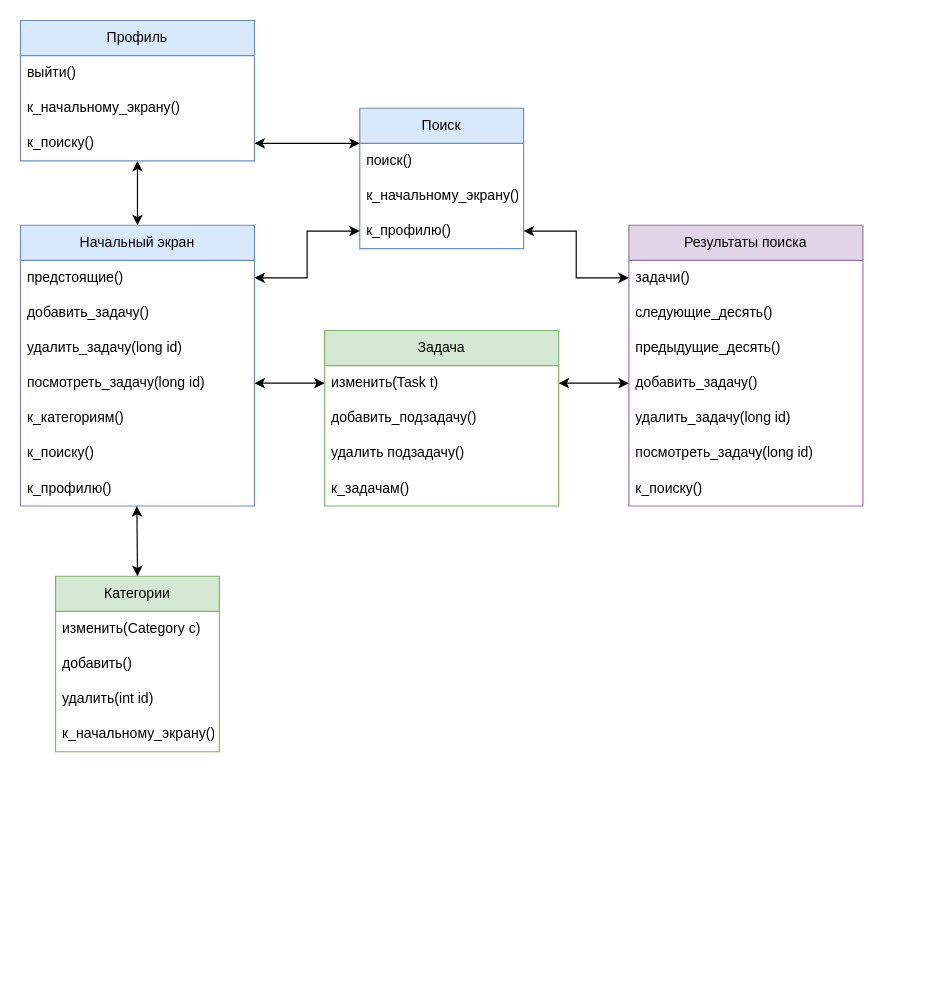
Before: InterfaceDiagram.drawio in BaronVice/schemas, a draw.io diagram. Source tidied: cells renumbered, new cells numbered last; positions are measured from the earlier drawing's top-left corner, leaving out a move shared by most shapes. Both pictures are drawn from the tidied source at 117%, with x=0, y=0 at pixel (20, 20).
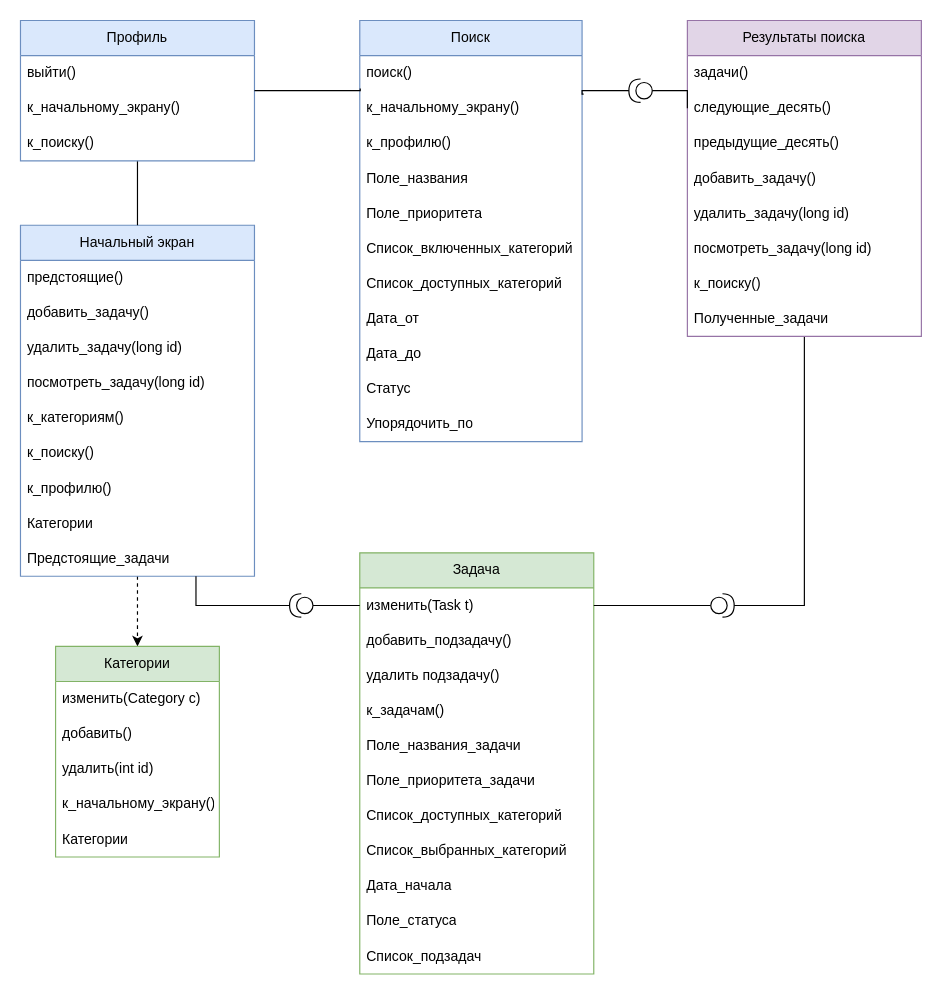
Above is the later version.

Unchanged cells that the change refers to:
```xml
<mxCell id="3" value="предстоящие()" style="text;strokeColor=none;fillColor=none;align=left;verticalAlign=middle;spacingLeft=4;spacingRight=4;overflow=hidden;points=[[0,0.5],[1,0.5]];portConstraint=eastwest;whiteSpace=wrap;html=1;" parent="2" vertex="1">
  <mxGeometry y="30" width="200" height="30" as="geometry" />
</mxCell>
<mxCell id="6" value="посмотреть_задачу(long id)" style="text;strokeColor=none;fillColor=none;align=left;verticalAlign=middle;spacingLeft=4;spacingRight=4;overflow=hidden;points=[[0,0.5],[1,0.5]];portConstraint=eastwest;whiteSpace=wrap;html=1;" parent="2" vertex="1">
  <mxGeometry y="120" width="200" height="30" as="geometry" />
</mxCell>
<mxCell id="11" value="задачи()" style="text;strokeColor=none;fillColor=none;align=left;verticalAlign=middle;spacingLeft=4;spacingRight=4;overflow=hidden;points=[[0,0.5],[1,0.5]];portConstraint=eastwest;whiteSpace=wrap;html=1;" parent="10" vertex="1">
  <mxGeometry y="30" width="200" height="30" as="geometry" />
</mxCell>
<mxCell id="12" value="следующие_десять()" style="text;strokeColor=none;fillColor=none;align=left;verticalAlign=middle;spacingLeft=4;spacingRight=4;overflow=hidden;points=[[0,0.5],[1,0.5]];portConstraint=eastwest;whiteSpace=wrap;html=1;" parent="10" vertex="1">
  <mxGeometry y="60" width="200" height="30" as="geometry" />
</mxCell>
<mxCell id="14" value="добавить_задачу()" style="text;strokeColor=none;fillColor=none;align=left;verticalAlign=middle;spacingLeft=4;spacingRight=4;overflow=hidden;points=[[0,0.5],[1,0.5]];portConstraint=eastwest;whiteSpace=wrap;html=1;" parent="10" vertex="1">
  <mxGeometry y="120" width="200" height="30" as="geometry" />
</mxCell>
<mxCell id="23" value="Профиль" style="swimlane;fontStyle=0;horizontal=1;startSize=30;whiteSpace=wrap;html=1;fillColor=#dae8fc;strokeColor=#6c8ebf;" parent="1" vertex="1">
  <mxGeometry width="200" height="120" as="geometry" />
</mxCell>
<mxCell id="26" value="к_поиску()" style="text;strokeColor=none;fillColor=none;align=left;verticalAlign=middle;spacingLeft=4;spacingRight=4;overflow=hidden;points=[[0,0.5],[1,0.5]];portConstraint=eastwest;whiteSpace=wrap;html=1;" parent="23" vertex="1">
  <mxGeometry y="90" width="200" height="30" as="geometry" />
</mxCell>
<mxCell id="33" value="изменить(Task t)" style="text;strokeColor=none;fillColor=none;align=left;verticalAlign=middle;spacingLeft=4;spacingRight=4;overflow=hidden;points=[[0,0.5],[1,0.5]];portConstraint=eastwest;whiteSpace=wrap;html=1;" parent="32" vertex="1">
  <mxGeometry y="30" width="200" height="30" as="geometry" />
</mxCell>
```

Diff of the diagram source:
```diff
@@
+    <mxCell id="43" style="edgeStyle=orthogonalEdgeStyle;rounded=0;jettySize=auto;html=1;exitX=0.5;exitY=1;exitDx=0;exitDy=0;entryX=0.5;entryY=0;entryDx=0;entryDy=0;dashed=1;" parent="1" edge="1" source="2" target="27">
+      <mxGeometry relative="1" as="geometry" />
+    </mxCell>
     <mxCell id="2" value="Начальный экран" style="swimlane;fontStyle=0;horizontal=1;startSize=30;whiteSpace=wrap;html=1;fillColor=#dae8fc;strokeColor=#6c8ebf;" parent="1" vertex="1">
-      <mxGeometry y="175" width="200" height="240" as="geometry" />
+      <mxGeometry y="175" width="200" height="300" as="geometry" />
     </mxCell>
@@
+    <mxCell id="44" value="Категории" style="text;strokeColor=none;fillColor=none;align=left;verticalAlign=middle;spacingLeft=4;spacingRight=4;overflow=hidden;whiteSpace=wrap;html=1;" parent="2" vertex="1">
+      <mxGeometry y="240" width="200" height="30" as="geometry" />
+    </mxCell>
+    <mxCell id="45" value="Предстоящие_задачи" style="text;strokeColor=none;fillColor=none;align=left;verticalAlign=middle;spacingLeft=4;spacingRight=4;overflow=hidden;whiteSpace=wrap;html=1;" parent="2" vertex="1">
+      <mxGeometry y="270" width="200" height="30" as="geometry" />
+    </mxCell>
+    <mxCell id="46" style="edgeStyle=orthogonalEdgeStyle;rounded=0;jettySize=auto;html=1;exitX=0.5;exitY=1;exitDx=0;exitDy=0;endArrow=none;startFill=0;" parent="1" edge="1" source="10" target="66">
+      <mxGeometry relative="1" as="geometry">
+        <Array as="points">
+          <mxPoint x="670" y="500" />
+        </Array>
+      </mxGeometry>
+    </mxCell>
     <mxCell id="10" value="Результаты поиска" style="swimlane;fontStyle=0;horizontal=1;startSize=30;whiteSpace=wrap;html=1;fillColor=#e1d5e7;strokeColor=#9673a6;" parent="1" vertex="1">
-      <mxGeometry x="520" y="175" width="200" height="240" as="geometry" />
+      <mxGeometry x="570" width="200" height="270" as="geometry" />
     </mxCell>
@@
+    <mxCell id="47" value="Полученные_задачи" style="text;strokeColor=none;fillColor=none;align=left;verticalAlign=middle;spacingLeft=4;spacingRight=4;overflow=hidden;whiteSpace=wrap;html=1;" parent="10" vertex="1">
+      <mxGeometry y="240" width="200" height="30" as="geometry" />
+    </mxCell>
     <mxCell id="18" value="Поиск" style="swimlane;fontStyle=0;horizontal=1;startSize=30;whiteSpace=wrap;html=1;fillColor=#dae8fc;strokeColor=#6c8ebf;" parent="1" vertex="1">
-      <mxGeometry x="290" y="75" width="140" height="120" as="geometry" />
+      <mxGeometry x="290" width="190" height="360" as="geometry" />
     </mxCell>
     <mxCell id="19" value="поиск()" style="text;strokeColor=none;fillColor=none;align=left;verticalAlign=middle;spacingLeft=4;spacingRight=4;overflow=hidden;whiteSpace=wrap;html=1;" parent="18" vertex="1">
-      <mxGeometry y="30" width="140" height="30" as="geometry" />
+      <mxGeometry y="30" width="190" height="30" as="geometry" />
     </mxCell>
     <mxCell id="20" value="к_начальному_экрану()" style="text;strokeColor=none;fillColor=none;align=left;verticalAlign=middle;spacingLeft=4;spacingRight=4;overflow=hidden;points=[[0,0.5],[1,0.5]];portConstraint=eastwest;whiteSpace=wrap;html=1;" parent="18" vertex="1">
-      <mxGeometry y="60" width="140" height="30" as="geometry" />
+      <mxGeometry y="60" width="190" height="30" as="geometry" />
     </mxCell>
     <mxCell id="21" value="к_профилю()" style="text;strokeColor=none;fillColor=none;align=left;verticalAlign=middle;spacingLeft=4;spacingRight=4;overflow=hidden;points=[[0,0.5],[1,0.5]];portConstraint=eastwest;whiteSpace=wrap;html=1;" parent="18" vertex="1">
-      <mxGeometry y="90" width="140" height="30" as="geometry" />
+      <mxGeometry y="90" width="190" height="30" as="geometry" />
     </mxCell>
+    <mxCell id="48" value="Поле_названия" style="text;strokeColor=none;fillColor=none;align=left;verticalAlign=middle;spacingLeft=4;spacingRight=4;overflow=hidden;whiteSpace=wrap;html=1;" parent="18" vertex="1">
+      <mxGeometry y="120" width="190" height="30" as="geometry" />
+    </mxCell>
+    <mxCell id="49" value="Поле_приоритета" style="text;strokeColor=none;fillColor=none;align=left;verticalAlign=middle;spacingLeft=4;spacingRight=4;overflow=hidden;whiteSpace=wrap;html=1;" parent="18" vertex="1">
+      <mxGeometry y="150" width="190" height="30" as="geometry" />
+    </mxCell>
+    <mxCell id="50" value="Список_включенных_категорий" style="text;strokeColor=none;fillColor=none;align=left;verticalAlign=middle;spacingLeft=4;spacingRight=4;overflow=hidden;whiteSpace=wrap;html=1;" parent="18" vertex="1">
+      <mxGeometry y="180" width="190" height="30" as="geometry" />
+    </mxCell>
+    <mxCell id="51" value="Список_доступных_категорий" style="text;strokeColor=none;fillColor=none;align=left;verticalAlign=middle;spacingLeft=4;spacingRight=4;overflow=hidden;whiteSpace=wrap;html=1;" parent="18" vertex="1">
+      <mxGeometry y="210" width="190" height="30" as="geometry" />
+    </mxCell>
+    <mxCell id="52" value="Дата_от" style="text;strokeColor=none;fillColor=none;align=left;verticalAlign=middle;spacingLeft=4;spacingRight=4;overflow=hidden;whiteSpace=wrap;html=1;" parent="18" vertex="1">
+      <mxGeometry y="240" width="190" height="30" as="geometry" />
+    </mxCell>
+    <mxCell id="53" value="Дата_до" style="text;strokeColor=none;fillColor=none;align=left;verticalAlign=middle;spacingLeft=4;spacingRight=4;overflow=hidden;whiteSpace=wrap;html=1;" parent="18" vertex="1">
+      <mxGeometry y="270" width="190" height="30" as="geometry" />
+    </mxCell>
+    <mxCell id="54" value="Статус" style="text;strokeColor=none;fillColor=none;align=left;verticalAlign=middle;spacingLeft=4;spacingRight=4;overflow=hidden;whiteSpace=wrap;html=1;" parent="18" vertex="1">
+      <mxGeometry y="300" width="190" height="30" as="geometry" />
+    </mxCell>
+    <mxCell id="55" value="Упорядочить_по" style="text;strokeColor=none;fillColor=none;align=left;verticalAlign=middle;spacingLeft=4;spacingRight=4;overflow=hidden;whiteSpace=wrap;html=1;" parent="18" vertex="1">
+      <mxGeometry y="330" width="190" height="30" as="geometry" />
+    </mxCell>
-    <mxCell id="22" style="edgeStyle=orthogonalEdgeStyle;rounded=0;jettySize=auto;html=1;exitX=0.5;exitY=1;exitDx=0;exitDy=0;entryX=0.5;entryY=0;entryDx=0;entryDy=0;startArrow=classic;startFill=1;" parent="1" edge="1" source="23" target="2">
+    <mxCell id="22" style="edgeStyle=orthogonalEdgeStyle;rounded=0;jettySize=auto;html=1;exitX=0.5;exitY=1;exitDx=0;exitDy=0;entryX=0.5;entryY=0;entryDx=0;entryDy=0;endArrow=none;startFill=0;" parent="1" edge="1" source="23" target="2">
       <mxGeometry relative="1" as="geometry" />
     </mxCell>
@@
     <mxCell id="27" value="Категории" style="swimlane;fontStyle=0;horizontal=1;startSize=30;whiteSpace=wrap;html=1;fillColor=#d5e8d4;strokeColor=#82b366;" parent="1" vertex="1">
-      <mxGeometry x="30" y="475" width="140" height="150" as="geometry" />
+      <mxGeometry x="30" y="535" width="140" height="180" as="geometry" />
     </mxCell>
@@
+    <mxCell id="56" value="Категории" style="text;strokeColor=none;fillColor=none;align=left;verticalAlign=middle;spacingLeft=4;spacingRight=4;overflow=hidden;whiteSpace=wrap;html=1;" parent="27" vertex="1">
+      <mxGeometry y="150" width="140" height="30" as="geometry" />
+    </mxCell>
     <mxCell id="32" value="Задача" style="swimlane;fontStyle=0;horizontal=1;startSize=30;whiteSpace=wrap;html=1;fillColor=#d5e8d4;strokeColor=#82b366;" parent="1" vertex="1">
-      <mxGeometry x="260" y="265" width="200" height="150" as="geometry" />
+      <mxGeometry x="290" y="455" width="200" height="360" as="geometry" />
     </mxCell>
@@
-    <mxCell id="37" style="edgeStyle=orthogonalEdgeStyle;rounded=0;jettySize=auto;html=1;exitX=1;exitY=0.5;exitDx=0;exitDy=0;entryX=0;entryY=0.5;entryDx=0;entryDy=0;startArrow=classic;startFill=1;" parent="1" edge="1" source="6" target="33">
-      <mxGeometry relative="1" as="geometry" />
-    </mxCell>
-    <mxCell id="38" style="edgeStyle=orthogonalEdgeStyle;rounded=0;jettySize=auto;html=1;exitX=0;exitY=0.5;exitDx=0;exitDy=0;entryX=1;entryY=0.5;entryDx=0;entryDy=0;startArrow=classic;startFill=1;" parent="1" edge="1" source="14" target="33">
-      <mxGeometry relative="1" as="geometry" />
-    </mxCell>
-    <mxCell id="39" style="edgeStyle=orthogonalEdgeStyle;rounded=0;jettySize=auto;html=1;exitX=0.5;exitY=1;exitDx=0;exitDy=0;entryX=0.5;entryY=0;entryDx=0;entryDy=0;startArrow=classic;startFill=1;" parent="1" edge="1" target="27">
-      <mxGeometry relative="1" as="geometry">
-        <mxPoint x="99.5" y="415" as="sourcePoint" />
-      </mxGeometry>
-    </mxCell>
-    <mxCell id="40" style="edgeStyle=orthogonalEdgeStyle;rounded=0;jettySize=auto;html=1;exitX=1;exitY=0.5;exitDx=0;exitDy=0;entryX=0;entryY=0.25;entryDx=0;entryDy=0;startArrow=classic;startFill=1;" parent="1" edge="1" source="26" target="18">
-      <mxGeometry relative="1" as="geometry" />
-    </mxCell>
-    <mxCell id="41" style="edgeStyle=orthogonalEdgeStyle;rounded=0;jettySize=auto;html=1;exitX=1;exitY=0.5;exitDx=0;exitDy=0;entryX=0;entryY=0.5;entryDx=0;entryDy=0;startArrow=classic;startFill=1;" parent="1" edge="1" source="3" target="21">
-      <mxGeometry relative="1" as="geometry" />
-    </mxCell>
-    <mxCell id="42" style="edgeStyle=orthogonalEdgeStyle;rounded=0;jettySize=auto;html=1;exitX=1;exitY=0.5;exitDx=0;exitDy=0;entryX=0;entryY=0.5;entryDx=0;entryDy=0;startArrow=classic;startFill=1;" parent="1" edge="1" source="21" target="11">
-      <mxGeometry relative="1" as="geometry" />
-    </mxCell>
+    <mxCell id="57" value="Поле_названия_задачи" style="text;strokeColor=none;fillColor=none;align=left;verticalAlign=middle;spacingLeft=4;spacingRight=4;overflow=hidden;whiteSpace=wrap;html=1;" parent="32" vertex="1">
+      <mxGeometry y="150" width="200" height="30" as="geometry" />
+    </mxCell>
+    <mxCell id="58" value="Поле_приоритета_задачи" style="text;strokeColor=none;fillColor=none;align=left;verticalAlign=middle;spacingLeft=4;spacingRight=4;overflow=hidden;whiteSpace=wrap;html=1;" parent="32" vertex="1">
+      <mxGeometry y="180" width="200" height="30" as="geometry" />
+    </mxCell>
+    <mxCell id="59" value="&lt;div&gt;Список_доступных_категорий&lt;/div&gt;" style="text;strokeColor=none;fillColor=none;align=left;verticalAlign=middle;spacingLeft=4;spacingRight=4;overflow=hidden;whiteSpace=wrap;html=1;" parent="32" vertex="1">
+      <mxGeometry y="210" width="200" height="30" as="geometry" />
+    </mxCell>
+    <mxCell id="60" value="Список_выбранных_категорий" style="text;strokeColor=none;fillColor=none;align=left;verticalAlign=middle;spacingLeft=4;spacingRight=4;overflow=hidden;whiteSpace=wrap;html=1;" parent="32" vertex="1">
+      <mxGeometry y="240" width="200" height="30" as="geometry" />
+    </mxCell>
+    <mxCell id="61" value="&lt;div&gt;Дата_начала&lt;/div&gt;" style="text;strokeColor=none;fillColor=none;align=left;verticalAlign=middle;spacingLeft=4;spacingRight=4;overflow=hidden;whiteSpace=wrap;html=1;" parent="32" vertex="1">
+      <mxGeometry y="270" width="200" height="30" as="geometry" />
+    </mxCell>
+    <mxCell id="62" value="Поле_статуса" style="text;strokeColor=none;fillColor=none;align=left;verticalAlign=middle;spacingLeft=4;spacingRight=4;overflow=hidden;whiteSpace=wrap;html=1;" parent="32" vertex="1">
+      <mxGeometry y="300" width="200" height="30" as="geometry" />
+    </mxCell>
+    <mxCell id="63" value="Список_подзадач" style="text;strokeColor=none;fillColor=none;align=left;verticalAlign=middle;spacingLeft=4;spacingRight=4;overflow=hidden;whiteSpace=wrap;html=1;" parent="32" vertex="1">
+      <mxGeometry y="330" width="200" height="30" as="geometry" />
+    </mxCell>
+    <mxCell id="64" style="edgeStyle=orthogonalEdgeStyle;rounded=0;jettySize=auto;html=1;exitX=1;exitY=0.5;exitDx=0;exitDy=0;entryX=0.002;entryY=-0.059;entryDx=0;entryDy=0;endArrow=none;startFill=0;entryPerimeter=0;" parent="1" edge="1" source="23" target="20">
+      <mxGeometry relative="1" as="geometry">
+        <Array as="points">
+          <mxPoint x="290" y="60" />
+        </Array>
+      </mxGeometry>
+    </mxCell>
+    <mxCell id="65" style="edgeStyle=orthogonalEdgeStyle;rounded=0;jettySize=auto;html=1;exitX=0;exitY=0.5;exitDx=0;exitDy=0;exitPerimeter=0;entryX=1;entryY=0.5;entryDx=0;entryDy=0;endArrow=none;startFill=0;" parent="1" edge="1" source="66" target="33">
+      <mxGeometry relative="1" as="geometry" />
+    </mxCell>
+    <mxCell id="66" style="shape=providedRequiredInterface;html=1;verticalLabelPosition=bottom;sketch=0;" parent="1" vertex="1">
+      <mxGeometry x="590" y="490" width="20" height="20" as="geometry" />
+    </mxCell>
+    <mxCell id="67" style="shape=providedRequiredInterface;html=1;verticalLabelPosition=bottom;sketch=0;direction=west;" parent="1" vertex="1">
+      <mxGeometry x="520" y="50" width="20" height="20" as="geometry" />
+    </mxCell>
+    <mxCell id="68" style="edgeStyle=orthogonalEdgeStyle;rounded=0;jettySize=auto;html=1;exitX=1.007;exitY=0.098;exitDx=0;exitDy=0;entryX=1;entryY=0.5;entryDx=0;entryDy=0;entryPerimeter=0;endArrow=none;startFill=0;exitPerimeter=0;" parent="1" edge="1" source="20" target="67">
+      <mxGeometry relative="1" as="geometry">
+        <Array as="points">
+          <mxPoint x="480" y="63" />
+          <mxPoint x="480" y="60" />
+        </Array>
+      </mxGeometry>
+    </mxCell>
+    <mxCell id="69" style="edgeStyle=orthogonalEdgeStyle;rounded=0;jettySize=auto;html=1;exitX=0;exitY=0.5;exitDx=0;exitDy=0;exitPerimeter=0;entryX=0;entryY=0.5;entryDx=0;entryDy=0;endArrow=none;startFill=0;" parent="1" edge="1" source="67" target="12">
+      <mxGeometry relative="1" as="geometry" />
+    </mxCell>
+    <mxCell id="70" style="edgeStyle=orthogonalEdgeStyle;rounded=0;jettySize=auto;html=1;exitX=0;exitY=0.5;exitDx=0;exitDy=0;exitPerimeter=0;entryX=0;entryY=0.5;entryDx=0;entryDy=0;endArrow=none;startFill=0;" parent="1" edge="1" source="71" target="33">
+      <mxGeometry relative="1" as="geometry" />
+    </mxCell>
+    <mxCell id="71" style="shape=providedRequiredInterface;html=1;verticalLabelPosition=bottom;sketch=0;direction=west;" parent="1" vertex="1">
+      <mxGeometry x="230" y="490" width="20" height="20" as="geometry" />
+    </mxCell>
+    <mxCell id="72" style="edgeStyle=orthogonalEdgeStyle;rounded=0;jettySize=auto;html=1;exitX=0.75;exitY=1;exitDx=0;exitDy=0;entryX=1;entryY=0.5;entryDx=0;entryDy=0;entryPerimeter=0;endArrow=none;startFill=0;" parent="1" edge="1" source="2" target="71">
+      <mxGeometry relative="1" as="geometry" />
+    </mxCell>
```
